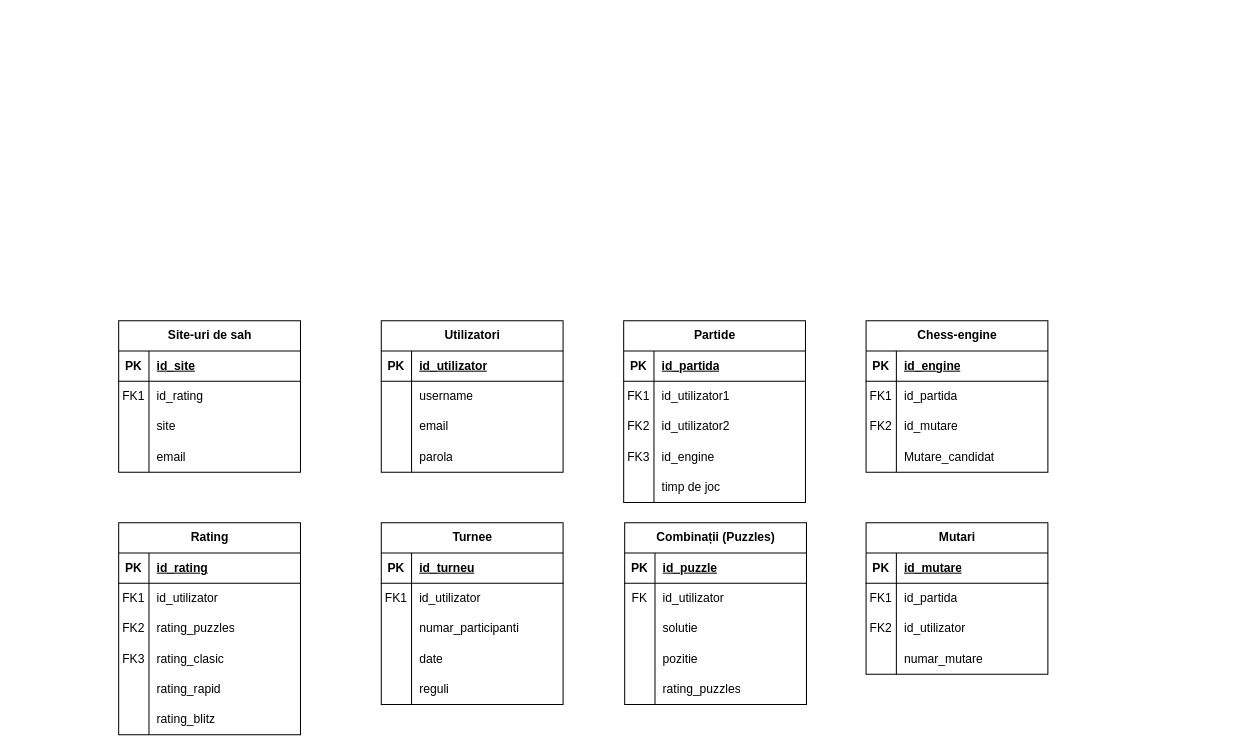
Above: Anul1/Semestrul 2/BD/proiect/Sah.drawio in CiprianVlad/facultate (draw.io), before the change. Source tidied: cells renumbered, new cells numbered last; positions are measured from the earlier drawing's top-left corner, leaving out a move shared by most shapes. Both pictures are drawn from the tidied source at 101%, with x=0, y=0 at pixel (118, 320).
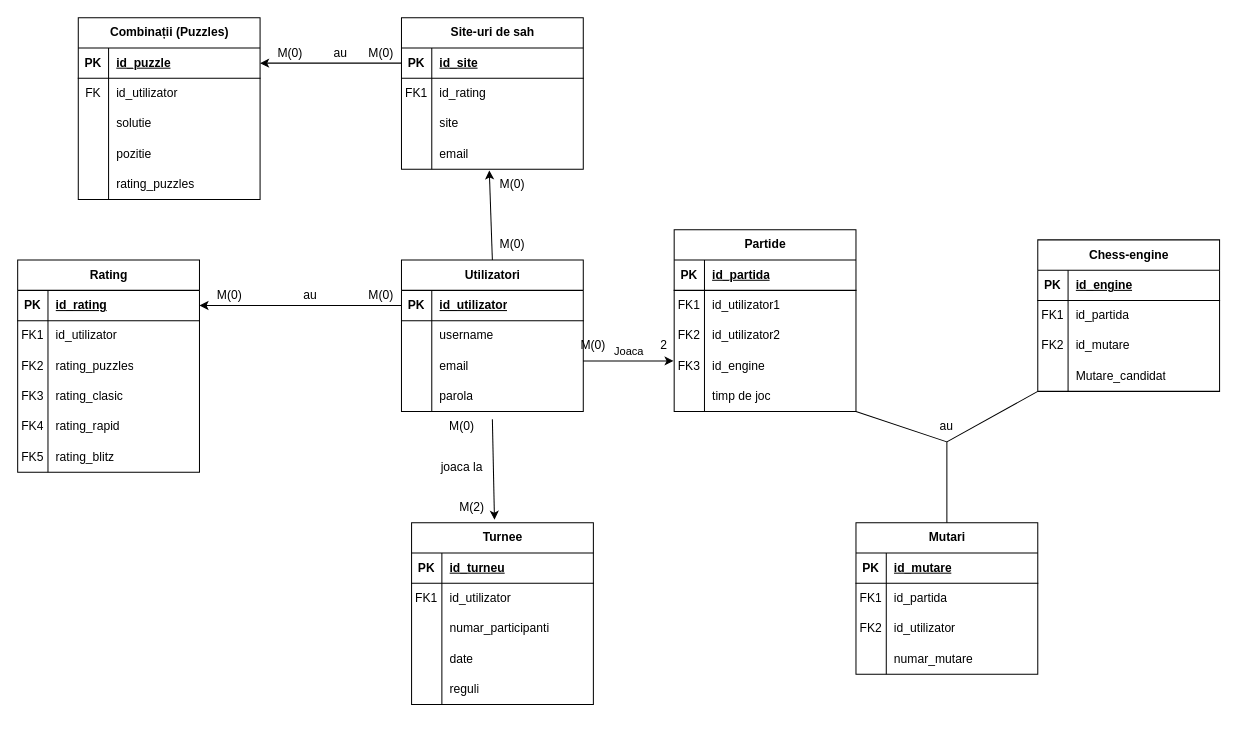
Above is the later version.

Unchanged cells that the change refers to:
```xml
<mxCell id="3" style="shape=tableRow;horizontal=0;startSize=0;swimlaneHead=0;swimlaneBody=0;fillColor=none;points=[[0,0.5],[1,0.5]];portConstraint=eastwest;top=0;left=0;right=0;bottom=1;" parent="2" vertex="1">
  <mxGeometry y="30" width="180" height="30" as="geometry" />
</mxCell>
<mxCell id="9" style="shape=tableRow;horizontal=0;startSize=0;swimlaneHead=0;swimlaneBody=0;fillColor=none;points=[[0,0.5],[1,0.5]];portConstraint=eastwest;top=0;left=0;right=0;bottom=0;" parent="2" vertex="1">
  <mxGeometry y="90" width="180" height="30" as="geometry" />
</mxCell>
<mxCell id="25" style="shape=tableRow;horizontal=0;startSize=0;swimlaneHead=0;swimlaneBody=0;fillColor=none;points=[[0,0.5],[1,0.5]];portConstraint=eastwest;top=0;left=0;right=0;bottom=0;" parent="15" vertex="1">
  <mxGeometry y="120" width="180" height="30" as="geometry" />
</mxCell>
<mxCell id="32" style="shape=tableRow;horizontal=0;startSize=0;swimlaneHead=0;swimlaneBody=0;fillColor=none;points=[[0,0.5],[1,0.5]];portConstraint=eastwest;top=0;left=0;right=0;bottom=1;" parent="31" vertex="1">
  <mxGeometry y="30" width="180" height="30" as="geometry" />
</mxCell>
<mxCell id="41" style="shape=tableRow;horizontal=0;startSize=0;swimlaneHead=0;swimlaneBody=0;fillColor=none;points=[[0,0.5],[1,0.5]];portConstraint=eastwest;top=0;left=0;right=0;bottom=0;" parent="31" vertex="1">
  <mxGeometry y="120" width="180" height="30" as="geometry" />
</mxCell>
<mxCell id="71" style="shape=tableRow;horizontal=0;startSize=0;swimlaneHead=0;swimlaneBody=0;fillColor=none;points=[[0,0.5],[1,0.5]];portConstraint=eastwest;top=0;left=0;right=0;bottom=1;" parent="70" vertex="1">
  <mxGeometry y="30" width="180" height="30" as="geometry" />
</mxCell>
<mxCell id="83" style="shape=tableRow;horizontal=0;startSize=0;swimlaneHead=0;swimlaneBody=0;fillColor=none;top=0;left=0;right=0;bottom=0;" parent="70" vertex="1">
  <mxGeometry y="150" width="180" height="30" as="geometry" />
</mxCell>
<mxCell id="86" style="shape=tableRow;horizontal=0;startSize=0;swimlaneHead=0;swimlaneBody=0;fillColor=none;top=0;left=0;right=0;bottom=0;" parent="70" vertex="1">
  <mxGeometry y="180" width="180" height="30" as="geometry" />
</mxCell>
<mxCell id="106" style="shape=tableRow;horizontal=0;startSize=0;swimlaneHead=0;swimlaneBody=0;fillColor=none;points=[[0,0.5],[1,0.5]];portConstraint=eastwest;top=0;left=0;right=0;bottom=1;" parent="105" vertex="1">
  <mxGeometry y="30" width="180" height="30" as="geometry" />
</mxCell>
```

Diff of the diagram source:
```diff
@@
     <mxCell id="2" value="Utilizatori" style="shape=table;startSize=30;childLayout=tableLayout;rowLines=0;fontStyle=1;align=center;html=1;" parent="1" vertex="1">
-      <mxGeometry x="260" width="180" height="150" as="geometry" />
+      <mxGeometry x="280" y="-60" width="180" height="150" as="geometry" />
     </mxCell>
@@
     <mxCell id="15" value="Partide" style="shape=table;startSize=30;childLayout=tableLayout;rowLines=0;fontStyle=1;align=center;html=1;" parent="1" vertex="1">
-      <mxGeometry x="500" width="180" height="180" as="geometry" />
+      <mxGeometry x="550" y="-90" width="180" height="180" as="geometry" />
     </mxCell>
@@
     <mxCell id="31" value="Site-uri de sah" style="shape=table;startSize=30;childLayout=tableLayout;rowLines=0;fontStyle=1;align=center;html=1;" parent="1" vertex="1">
-      <mxGeometry width="180" height="150" as="geometry" />
+      <mxGeometry x="280" y="-300" width="180" height="150" as="geometry" />
     </mxCell>
@@
     <mxCell id="44" value="Chess-engine" style="shape=table;startSize=30;childLayout=tableLayout;rowLines=0;fontStyle=1;align=center;html=1;" parent="1" vertex="1">
-      <mxGeometry x="740" width="180" height="150" as="geometry" />
+      <mxGeometry x="910" y="-80" width="180" height="150" as="geometry" />
     </mxCell>
@@
     <mxCell id="57" value="Mutari" style="shape=table;startSize=30;childLayout=tableLayout;rowLines=0;fontStyle=1;align=center;html=1;" parent="1" vertex="1">
-      <mxGeometry x="740" y="200" width="180" height="150" as="geometry" />
+      <mxGeometry x="730" y="200" width="180" height="150" as="geometry" />
     </mxCell>
@@
     <mxCell id="70" value="Rating" style="shape=table;startSize=30;childLayout=tableLayout;rowLines=0;fontStyle=1;align=center;html=1;" parent="1" vertex="1">
-      <mxGeometry y="200" width="180" height="210" as="geometry" />
+      <mxGeometry x="-100" y="-60" width="180" height="210" as="geometry" />
     </mxCell>
@@
-    <mxCell id="84" style="shape=partialRectangle;fillColor=none;top=0;left=0;bottom=0;right=0;overflow=hidden;whiteSpace=wrap;html=1;" parent="83" vertex="1">
+    <mxCell id="84" value="FK4" style="shape=partialRectangle;fillColor=none;top=0;left=0;bottom=0;right=0;overflow=hidden;whiteSpace=wrap;html=1;" parent="83" vertex="1">
       <mxGeometry width="30" height="30" as="geometry" />
     </mxCell>
@@
-    <mxCell id="87" style="shape=partialRectangle;fillColor=none;top=0;left=0;bottom=0;right=0;overflow=hidden;whiteSpace=wrap;html=1;" parent="86" vertex="1">
+    <mxCell id="87" value="&lt;div&gt;FK5&lt;/div&gt;" style="shape=partialRectangle;fillColor=none;top=0;left=0;bottom=0;right=0;overflow=hidden;whiteSpace=wrap;html=1;" parent="86" vertex="1">
       <mxGeometry width="30" height="30" as="geometry" />
     </mxCell>
@@
     <mxCell id="89" value="Turnee" style="shape=table;startSize=30;childLayout=tableLayout;rowLines=0;fontStyle=1;align=center;html=1;" parent="1" vertex="1">
-      <mxGeometry x="260" y="200" width="180" height="180" as="geometry" />
+      <mxGeometry x="290" y="200" width="180" height="180" as="geometry" />
     </mxCell>
@@
     <mxCell id="105" value="Combinații (Puzzles)" style="shape=table;startSize=30;childLayout=tableLayout;rowLines=0;fontStyle=1;align=center;html=1;" parent="1" vertex="1">
-      <mxGeometry x="501" y="200" width="180" height="180" as="geometry" />
+      <mxGeometry x="-40" y="-300" width="180" height="180" as="geometry" />
     </mxCell>
@@
+    <mxCell id="121" style="endArrow=none;html=1;rounded=0;" parent="1" edge="1">
+      <mxGeometry relative="1" as="geometry">
+        <mxPoint x="820" y="120" as="sourcePoint" />
+        <mxPoint x="910" y="70" as="targetPoint" />
+      </mxGeometry>
+    </mxCell>
+    <mxCell id="122" style="endArrow=none;html=1;rounded=0;entryX=1;entryY=1;entryDx=0;entryDy=0;" parent="1" edge="1" target="15">
+      <mxGeometry relative="1" as="geometry">
+        <mxPoint x="820" y="120" as="sourcePoint" />
+      </mxGeometry>
+    </mxCell>
+    <mxCell id="123" style="endArrow=none;html=1;rounded=0;exitX=0.5;exitY=0;exitDx=0;exitDy=0;" parent="1" edge="1" source="57">
+      <mxGeometry relative="1" as="geometry">
+        <mxPoint x="820" y="120" as="targetPoint" />
+      </mxGeometry>
+    </mxCell>
+    <mxCell id="124" value="au" style="text;html=1;align=center;verticalAlign=middle;whiteSpace=wrap;rounded=0;" parent="1" vertex="1">
+      <mxGeometry x="790" y="90" width="60" height="30" as="geometry" />
+    </mxCell>
+    <mxCell id="125" style="endArrow=classic;html=1;rounded=0;exitX=0.999;exitY=0.327;exitDx=0;exitDy=0;entryX=-0.003;entryY=0.327;entryDx=0;entryDy=0;exitPerimeter=0;entryPerimeter=0;" parent="1" edge="1" source="9" target="25">
+      <mxGeometry relative="1" as="geometry">
+        <Array as="points">
+          <mxPoint x="500" y="40" />
+        </Array>
+      </mxGeometry>
+    </mxCell>
+    <mxCell id="126" value="Joaca" style="edgeLabel;html=1;align=center;verticalAlign=middle;" parent="125" vertex="1">
+      <mxGeometry relative="1" as="geometry">
+        <mxPoint y="-10" as="offset" />
+      </mxGeometry>
+    </mxCell>
+    <mxCell id="127" value="M(0)" style="text;html=1;align=center;verticalAlign=middle;whiteSpace=wrap;rounded=0;" parent="1" vertex="1">
+      <mxGeometry x="440" y="10" width="60" height="30" as="geometry" />
+    </mxCell>
+    <mxCell id="128" value="2" style="text;html=1;align=center;verticalAlign=middle;whiteSpace=wrap;rounded=0;" parent="1" vertex="1">
+      <mxGeometry x="510" y="10" width="60" height="30" as="geometry" />
+    </mxCell>
+    <mxCell id="129" value="&lt;div&gt;M(0)&lt;/div&gt;" style="text;html=1;align=center;verticalAlign=middle;whiteSpace=wrap;rounded=0;" parent="1" vertex="1">
+      <mxGeometry x="310" y="90" width="60" height="30" as="geometry" />
+    </mxCell>
+    <mxCell id="130" value="&lt;div&gt;M(2)&lt;/div&gt;" style="text;html=1;align=center;verticalAlign=middle;whiteSpace=wrap;rounded=0;" parent="1" vertex="1">
+      <mxGeometry x="320" y="170" width="60" height="30" as="geometry" />
+    </mxCell>
+    <mxCell id="131" value="&lt;div&gt;joaca la&lt;/div&gt;" style="text;html=1;align=center;verticalAlign=middle;whiteSpace=wrap;rounded=0;" parent="1" vertex="1">
+      <mxGeometry x="310" y="130" width="60" height="30" as="geometry" />
+    </mxCell>
+    <mxCell id="132" style="endArrow=classic;html=1;rounded=0;entryX=1;entryY=0.5;entryDx=0;entryDy=0;exitX=0;exitY=0.5;exitDx=0;exitDy=0;" parent="1" edge="1" source="3" target="71">
+      <mxGeometry relative="1" as="geometry" />
+    </mxCell>
+    <mxCell id="133" style="endArrow=classic;html=1;rounded=0;entryX=0.456;entryY=-0.016;entryDx=0;entryDy=0;exitX=1;exitY=0.25;exitDx=0;exitDy=0;entryPerimeter=0;" parent="1" edge="1" source="129" target="89">
+      <mxGeometry relative="1" as="geometry" />
+    </mxCell>
+    <mxCell id="134" style="endArrow=classic;html=1;rounded=0;entryX=0.483;entryY=1.04;entryDx=0;entryDy=0;entryPerimeter=0;exitX=0.5;exitY=0;exitDx=0;exitDy=0;" parent="1" edge="1" source="2" target="41">
+      <mxGeometry relative="1" as="geometry" />
+    </mxCell>
+    <mxCell id="135" value="&lt;div&gt;au&lt;/div&gt;" style="text;html=1;align=center;verticalAlign=middle;whiteSpace=wrap;rounded=0;" parent="1" vertex="1">
+      <mxGeometry x="160" y="-40" width="60" height="30" as="geometry" />
+    </mxCell>
+    <mxCell id="136" value="M(0)" style="text;html=1;align=center;verticalAlign=middle;whiteSpace=wrap;rounded=0;" parent="1" vertex="1">
+      <mxGeometry x="230" y="-40" width="60" height="30" as="geometry" />
+    </mxCell>
+    <mxCell id="137" value="&lt;div&gt;M(0)&lt;/div&gt;" style="text;html=1;align=center;verticalAlign=middle;whiteSpace=wrap;rounded=0;" parent="1" vertex="1">
+      <mxGeometry x="80" y="-40" width="60" height="30" as="geometry" />
+    </mxCell>
+    <mxCell id="138" style="endArrow=classic;html=1;rounded=0;entryX=1;entryY=0.5;entryDx=0;entryDy=0;exitX=0;exitY=0.5;exitDx=0;exitDy=0;" parent="1" edge="1" source="32" target="106">
+      <mxGeometry relative="1" as="geometry" />
+    </mxCell>
+    <mxCell id="139" value="&lt;div&gt;au&lt;/div&gt;" style="text;html=1;align=center;verticalAlign=middle;whiteSpace=wrap;rounded=0;" parent="1" vertex="1">
+      <mxGeometry x="190" y="-280" width="60" height="30" as="geometry" />
+    </mxCell>
+    <mxCell id="140" value="&lt;div&gt;M(0)&lt;/div&gt;" style="text;html=1;align=center;verticalAlign=middle;whiteSpace=wrap;rounded=0;" parent="1" vertex="1">
+      <mxGeometry x="360" y="-90" width="60" height="30" as="geometry" />
+    </mxCell>
+    <mxCell id="141" value="&lt;div&gt;M(0)&lt;/div&gt;" style="text;html=1;align=center;verticalAlign=middle;whiteSpace=wrap;rounded=0;" parent="1" vertex="1">
+      <mxGeometry x="360" y="-150" width="60" height="30" as="geometry" />
+    </mxCell>
+    <mxCell id="142" value="&lt;div&gt;M(0)&lt;/div&gt;" style="text;html=1;align=center;verticalAlign=middle;whiteSpace=wrap;rounded=0;" parent="1" vertex="1">
+      <mxGeometry x="230" y="-280" width="60" height="30" as="geometry" />
+    </mxCell>
+    <mxCell id="143" value="&lt;div&gt;M(0)&lt;/div&gt;" style="text;html=1;align=center;verticalAlign=middle;whiteSpace=wrap;rounded=0;" parent="1" vertex="1">
+      <mxGeometry x="140" y="-280" width="60" height="30" as="geometry" />
+    </mxCell>
```
